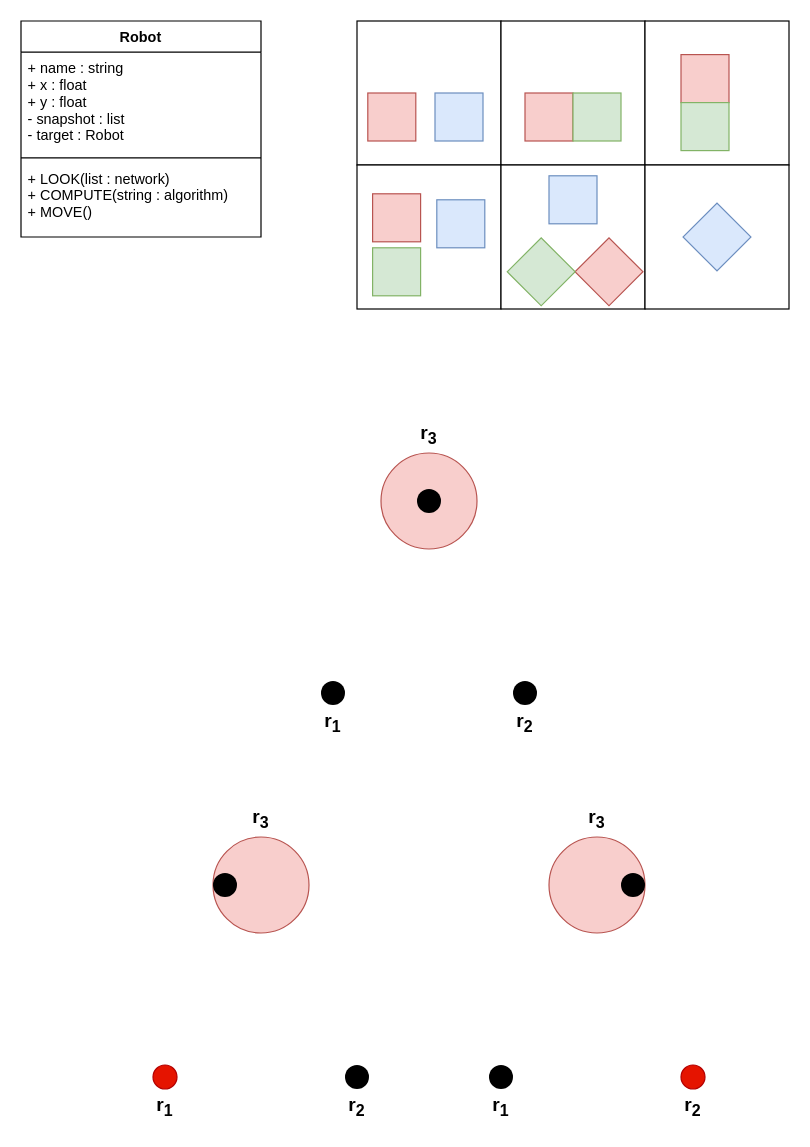
This is Simu1.drawio from UberPanda/Stuff, a draw.io file, before an edit. Source tidied: cells renumbered, new cells numbered last; positions are measured from the earlier drawing's top-left corner, leaving out a move shared by most shapes. Both pictures are drawn from the tidied source at 120%, with x=0, y=0 at pixel (20, 20).
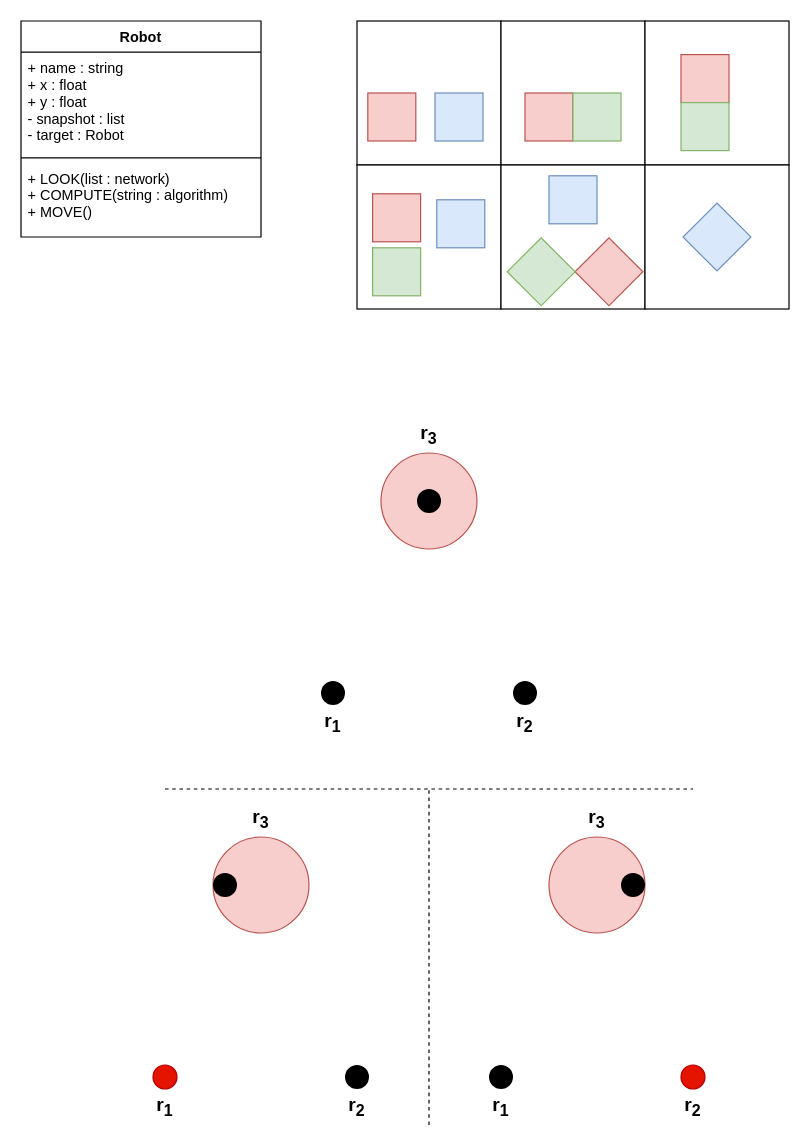
The same page after the edit.

Change to the diagram source:
```diff
@@
+    <mxCell id="47" style="endArrow=none;dashed=1;html=1;" parent="1" edge="1">
+      <mxGeometry relative="1" as="geometry">
+        <mxPoint x="120" y="640" as="sourcePoint" />
+        <mxPoint x="560" y="640" as="targetPoint" />
+      </mxGeometry>
+    </mxCell>
+    <mxCell id="48" style="endArrow=none;dashed=1;html=1;" parent="1" edge="1">
+      <mxGeometry relative="1" as="geometry">
+        <mxPoint x="340" y="920" as="sourcePoint" />
+        <mxPoint x="340" y="640" as="targetPoint" />
+      </mxGeometry>
+    </mxCell>
```
